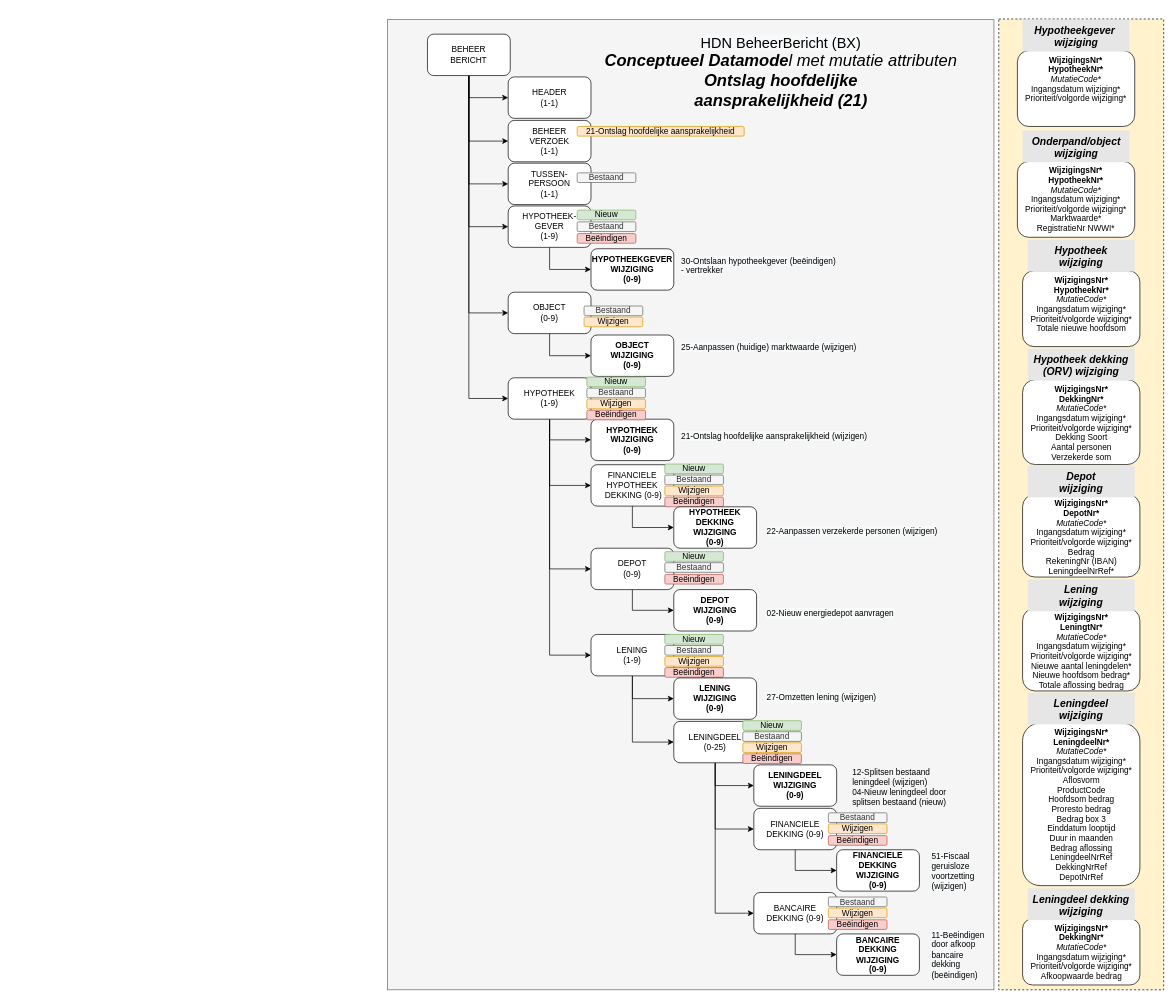
luchthandel/diagrams keeps this draw.io diagram as page "DataModel OHA met Mutatie Attributen" (8 of 13) of HDN_BX_MM_OntslagHoofdelijk.drawio. Above is the earlier version. Source tidied: cells renumbered, new cells numbered last; positions are measured from the earlier drawing's top-left corner, leaving out a move shared by most shapes. Both pictures are drawn from the tidied source at 69%, with x=0, y=0 at pixel (387, 19).
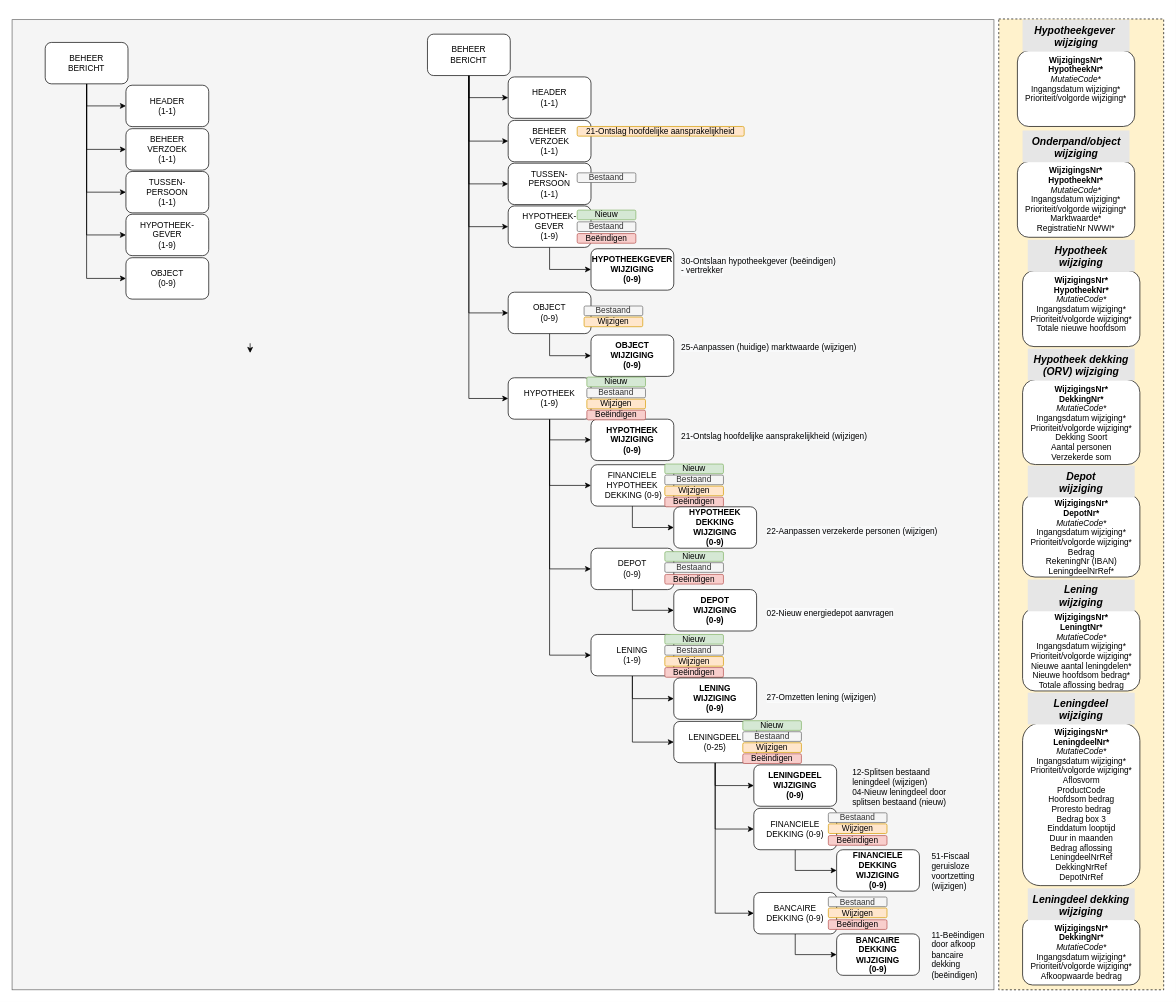
After the change.

Change to the diagram source:
```diff
@@
     <mxCell id="3" style="rounded=0;whiteSpace=wrap;html=1;fillColor=#f5f5f5;strokeColor=#666666;fontColor=#333333;labelBackgroundColor=none;" parent="1" vertex="1">
-      <mxGeometry y="1" width="879" height="1406" as="geometry" />
+      <mxGeometry x="-544" y="1" width="1423" height="1406" as="geometry" />
     </mxCell>
@@
-    <mxCell id="34" value="&lt;font style=&quot;background-color: rgb(248 , 249 , 250) ; font-size: 21px&quot;&gt;HDN BeheerBericht (BX)&lt;br&gt;&lt;/font&gt;&lt;i style=&quot;background-color: rgb(248 , 249 , 250)&quot;&gt;&lt;span style=&quot;font-size: 24px&quot;&gt;&lt;b&gt;Conceptueel Datamode&lt;/b&gt;l met mutatie attributen&lt;br&gt;&lt;b&gt;Ontslag hoofdelijke&lt;br&gt;aansprakelijkheid (21)&lt;/b&gt;&lt;/span&gt;&lt;/i&gt;&lt;i&gt;&lt;br&gt;&lt;/i&gt;" style="text;html=1;strokeColor=none;fillColor=none;align=center;verticalAlign=middle;whiteSpace=wrap;rounded=0;" parent="1" vertex="1">
-      <mxGeometry x="308" y="16" width="525" height="121" as="geometry" />
-    </mxCell>
@@
+    <mxCell id="105" value="HYPOTHEEK-&lt;br&gt;GEVER&lt;br&gt;(1-9)" style="rounded=1;whiteSpace=wrap;html=1;fontStyle=0;" parent="1" vertex="1">
+      <mxGeometry x="-379" y="283" width="120" height="60" as="geometry" />
+    </mxCell>
+    <mxCell id="106" style="edgeStyle=orthogonalEdgeStyle;rounded=0;jettySize=auto;html=1;exitX=0.5;exitY=1;exitDx=0;exitDy=0;entryX=0;entryY=0.5;entryDx=0;entryDy=0;fontStyle=0;" parent="1" edge="1" source="111" target="113">
+      <mxGeometry relative="1" as="geometry" />
+    </mxCell>
+    <mxCell id="107" style="edgeStyle=orthogonalEdgeStyle;rounded=0;jettySize=auto;html=1;exitX=0.5;exitY=1;exitDx=0;exitDy=0;entryX=0;entryY=0.5;entryDx=0;entryDy=0;fontStyle=0;" parent="1" edge="1" source="111" target="112">
+      <mxGeometry relative="1" as="geometry" />
+    </mxCell>
+    <mxCell id="108" style="edgeStyle=orthogonalEdgeStyle;rounded=0;jettySize=auto;html=1;exitX=0.5;exitY=1;exitDx=0;exitDy=0;entryX=0;entryY=0.5;entryDx=0;entryDy=0;fontStyle=0;" parent="1" edge="1" source="111" target="114">
+      <mxGeometry relative="1" as="geometry" />
+    </mxCell>
+    <mxCell id="109" style="edgeStyle=orthogonalEdgeStyle;rounded=0;jettySize=auto;html=1;exitX=0.5;exitY=1;exitDx=0;exitDy=0;entryX=0;entryY=0.5;entryDx=0;entryDy=0;fontStyle=0;" parent="1" edge="1" source="111" target="105">
+      <mxGeometry relative="1" as="geometry" />
+    </mxCell>
+    <mxCell id="110" style="edgeStyle=orthogonalEdgeStyle;rounded=0;jettySize=auto;html=1;exitX=0.5;exitY=1;exitDx=0;exitDy=0;entryX=0;entryY=0.5;entryDx=0;entryDy=0;fontStyle=0;" parent="1" edge="1" source="111" target="115">
+      <mxGeometry relative="1" as="geometry" />
+    </mxCell>
+    <mxCell id="111" value="BEHEER&lt;br&gt;BERICHT" style="rounded=1;whiteSpace=wrap;html=1;fontStyle=0;" parent="1" vertex="1">
+      <mxGeometry x="-496" y="34" width="120" height="60" as="geometry" />
+    </mxCell>
+    <mxCell id="112" value="BEHEER&lt;br&gt;VERZOEK&lt;br&gt;(1-1)" style="rounded=1;whiteSpace=wrap;html=1;fontStyle=0;" parent="1" vertex="1">
+      <mxGeometry x="-379" y="159" width="120" height="60" as="geometry" />
+    </mxCell>
+    <mxCell id="113" value="HEADER&lt;br&gt;(1-1)" style="rounded=1;whiteSpace=wrap;html=1;fontStyle=0;" parent="1" vertex="1">
+      <mxGeometry x="-379" y="96" width="120" height="60" as="geometry" />
+    </mxCell>
+    <mxCell id="114" value="TUSSEN-&lt;br&gt;PERSOON&lt;br&gt;(1-1)" style="rounded=1;whiteSpace=wrap;html=1;fontStyle=0;" parent="1" vertex="1">
+      <mxGeometry x="-379" y="221" width="120" height="60" as="geometry" />
+    </mxCell>
+    <mxCell id="115" value="OBJECT&lt;br&gt;(0-9)" style="rounded=1;whiteSpace=wrap;html=1;fontStyle=0;" parent="1" vertex="1">
+      <mxGeometry x="-379" y="346" width="120" height="60" as="geometry" />
+    </mxCell>
+    <mxCell id="116" style="edgeStyle=orthogonalEdgeStyle;rounded=0;orthogonalLoop=1;jettySize=auto;html=1;exitX=0.5;exitY=0;exitDx=0;exitDy=0;entryX=0.5;entryY=0.233;entryDx=0;entryDy=0;entryPerimeter=0;" parent="1" edge="1">
+      <mxGeometry relative="1" as="geometry">
+        <mxPoint x="-199" y="470" as="sourcePoint" />
+        <mxPoint x="-199" y="484" as="targetPoint" />
+      </mxGeometry>
+    </mxCell>
```
